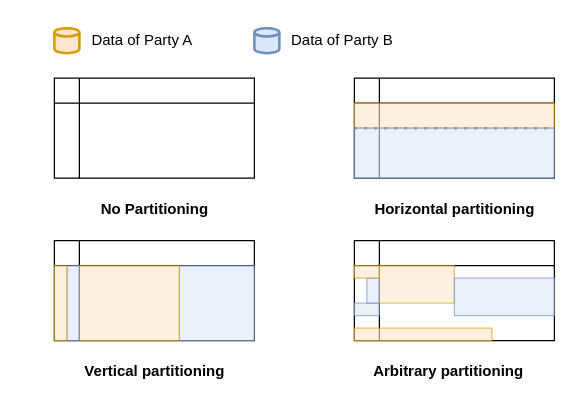
Earlier version of the draw.io diagram data-partitioning.drawio (phoeinx/ma-graphics). Source tidied: cells renumbered, new cells numbered last; positions are measured from the earlier drawing's top-left corner, leaving out a move shared by most shapes. Both pictures are drawn from the tidied source at 125%, with x=0, y=0 at pixel (54, 21).
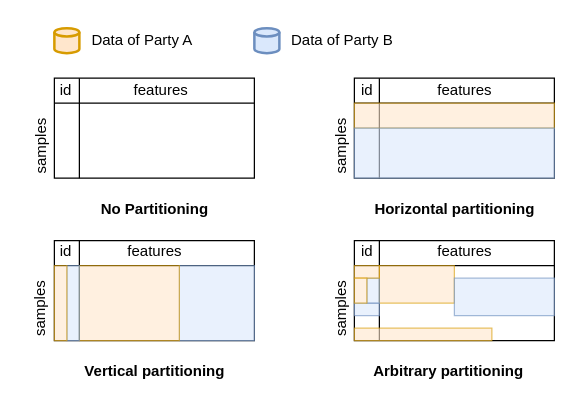
After the change.

Unchanged cells that the change refers to:
```xml
<mxCell id="4" style="shape=internalStorage;whiteSpace=wrap;html=1;backgroundOutline=1;" parent="1" vertex="1">
  <mxGeometry x="240" y="45" width="160" height="80" as="geometry" />
</mxCell>
```

What changed in the source:
```diff
@@
-    <mxCell id="5" style="endArrow=none;dashed=1;html=1;dashPattern=1 3;strokeWidth=2;rounded=0;entryX=1;entryY=0.5;entryDx=0;entryDy=0;exitX=0;exitY=0.5;exitDx=0;exitDy=0;" parent="1" edge="1" source="4" target="4">
-      <mxGeometry relative="1" as="geometry" />
-    </mxCell>
@@
+    <mxCell id="27" value="id" style="text;html=1;align=center;verticalAlign=middle;strokeColor=none;fillColor=none;" parent="1" vertex="1">
+      <mxGeometry x="-6" y="40" width="30" height="30" as="geometry" />
+    </mxCell>
+    <mxCell id="28" value="id" style="text;html=1;align=center;verticalAlign=middle;strokeColor=none;fillColor=none;" parent="1" vertex="1">
+      <mxGeometry x="235" y="40" width="30" height="30" as="geometry" />
+    </mxCell>
+    <mxCell id="29" value="id" style="text;html=1;align=center;verticalAlign=middle;strokeColor=none;fillColor=none;" parent="1" vertex="1">
+      <mxGeometry x="-6" y="169" width="30" height="30" as="geometry" />
+    </mxCell>
+    <mxCell id="30" value="id" style="text;html=1;align=center;verticalAlign=middle;strokeColor=none;fillColor=none;" parent="1" vertex="1">
+      <mxGeometry x="235" y="169" width="30" height="30" as="geometry" />
+    </mxCell>
+    <mxCell id="31" style="verticalLabelPosition=bottom;verticalAlign=top;html=1;shape=mxgraph.basic.rect;fillColor2=none;strokeWidth=1;size=0;indent=62.76;fillColor=#ffe6cc;strokeColor=#d79b00;opacity=60;" parent="1" vertex="1">
+      <mxGeometry x="240" y="205" width="10" height="20" as="geometry" />
+    </mxCell>
+    <mxCell id="32" value="features" style="text;html=1;align=center;verticalAlign=middle;strokeColor=none;fillColor=none;" parent="1" vertex="1">
+      <mxGeometry x="50" y="40" width="70" height="30" as="geometry" />
+    </mxCell>
+    <mxCell id="33" value="features" style="text;html=1;align=center;verticalAlign=middle;strokeColor=none;fillColor=none;" parent="1" vertex="1">
+      <mxGeometry x="293" y="40" width="70" height="30" as="geometry" />
+    </mxCell>
+    <mxCell id="34" value="features" style="text;html=1;align=center;verticalAlign=middle;strokeColor=none;fillColor=none;" parent="1" vertex="1">
+      <mxGeometry x="45" y="169" width="70" height="30" as="geometry" />
+    </mxCell>
+    <mxCell id="35" value="features" style="text;html=1;align=center;verticalAlign=middle;strokeColor=none;fillColor=none;" parent="1" vertex="1">
+      <mxGeometry x="293" y="169" width="70" height="30" as="geometry" />
+    </mxCell>
+    <mxCell id="36" value="samples" style="text;html=1;align=center;verticalAlign=middle;strokeColor=none;fillColor=none;rotation=-90;" parent="1" vertex="1">
+      <mxGeometry x="-45" y="85" width="70" height="30" as="geometry" />
+    </mxCell>
+    <mxCell id="37" value="samples" style="text;html=1;align=center;verticalAlign=middle;strokeColor=none;fillColor=none;rotation=-90;" parent="1" vertex="1">
+      <mxGeometry x="195" y="85" width="70" height="30" as="geometry" />
+    </mxCell>
+    <mxCell id="38" value="samples" style="text;html=1;align=center;verticalAlign=middle;strokeColor=none;fillColor=none;rotation=-90;" parent="1" vertex="1">
+      <mxGeometry x="-46" y="215" width="70" height="30" as="geometry" />
+    </mxCell>
+    <mxCell id="39" value="samples" style="text;html=1;align=center;verticalAlign=middle;strokeColor=none;fillColor=none;rotation=-90;" parent="1" vertex="1">
+      <mxGeometry x="195" y="215" width="70" height="30" as="geometry" />
+    </mxCell>
```
